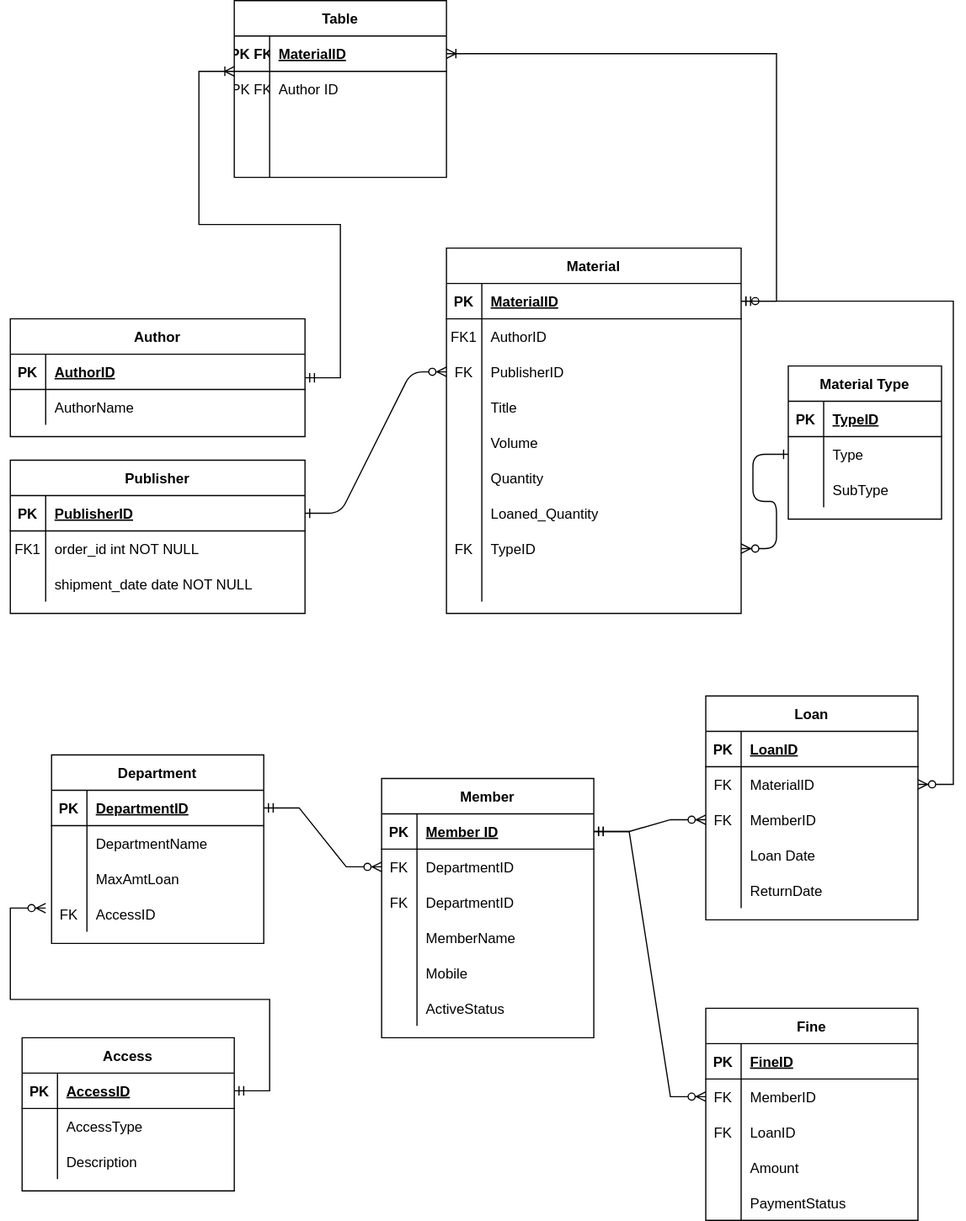
Earlier version of the draw.io export PostgreSQL/Library Management System.drawio.svg (Shubham0197/Training). Source tidied: cells renumbered, new cells last; positions are measured from the earlier drawing's top-left corner, leaving out a move shared by most shapes.
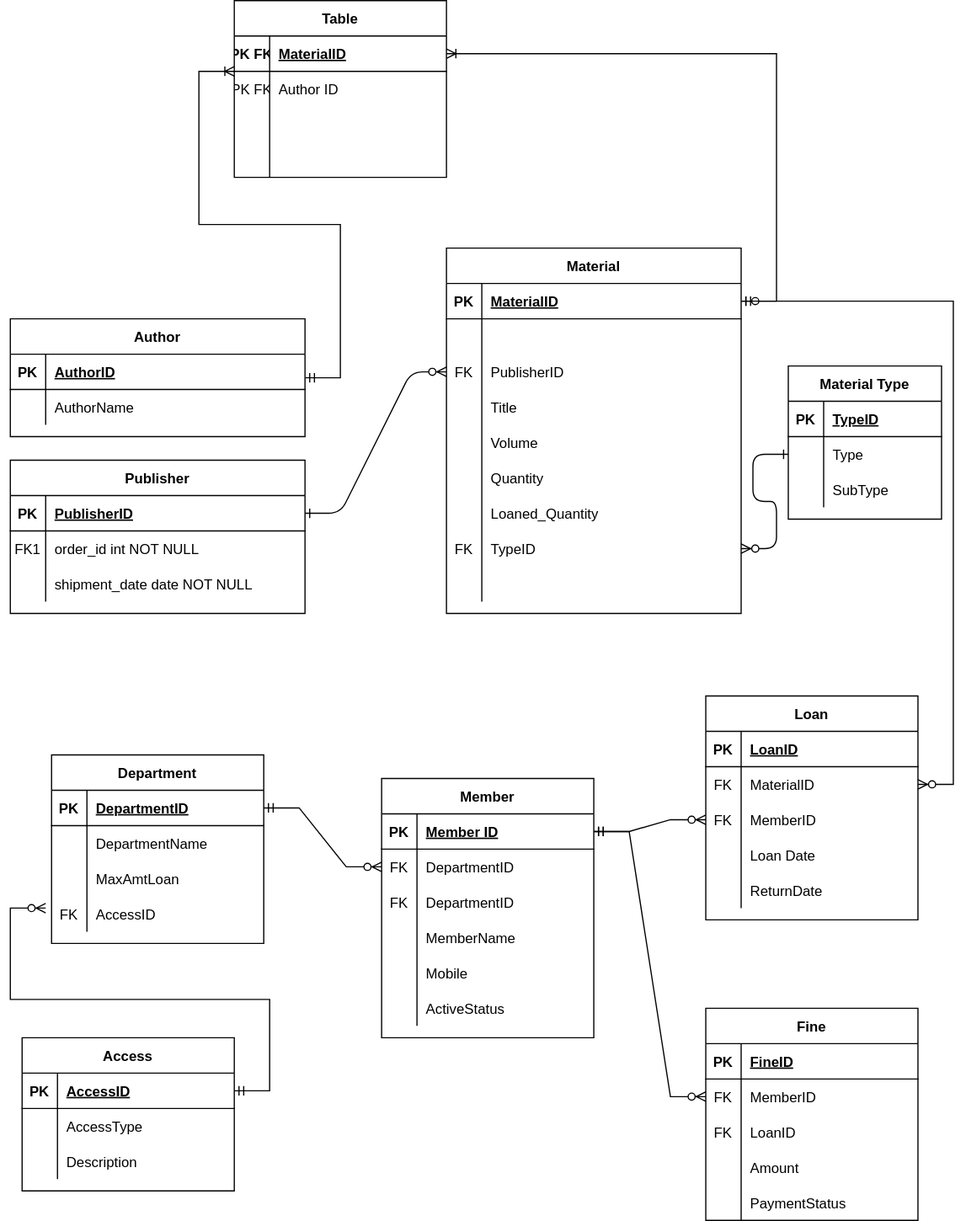
The same diagram one commit later.

Commit message:
correcting diagram deleting Fk authid from Material table

The edit, as a diff of the source:
```diff
@@ -23,10 +23,10 @@
     <mxCell id="8" style="shape=partialRectangle;fillColor=none;top=0;left=0;right=0;bottom=0;" parent="4" vertex="1">
       <mxGeometry y="60" width="250" height="30" as="geometry" />
     </mxCell>
-    <mxCell id="9" value="FK1" style="shape=partialRectangle;overflow=hidden;fillColor=none;top=0;left=0;bottom=0;right=0;" parent="8" vertex="1">
+    <mxCell id="9" style="shape=partialRectangle;overflow=hidden;fillColor=none;top=0;left=0;bottom=0;right=0;" parent="8" vertex="1">
       <mxGeometry width="30" height="30" as="geometry" />
     </mxCell>
-    <mxCell id="10" value="AuthorID" style="shape=partialRectangle;overflow=hidden;fillColor=none;top=0;left=0;bottom=0;right=0;align=left;spacingLeft=6;" parent="8" vertex="1">
+    <mxCell id="10" style="shape=partialRectangle;overflow=hidden;fillColor=none;top=0;left=0;bottom=0;right=0;align=left;spacingLeft=6;" parent="8" vertex="1">
       <mxGeometry x="30" width="220" height="30" as="geometry" />
     </mxCell>
     <mxCell id="11" style="shape=partialRectangle;fillColor=none;points=[[0,0.5],[1,0.5]];portConstraint=eastwest;top=0;left=0;right=0;bottom=0;verticalAlign=middle;" parent="4" vertex="1">
```
